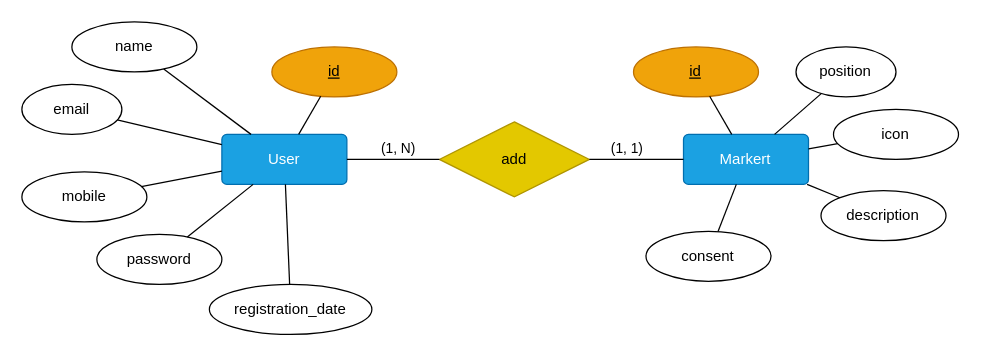
This is db/DB_ER.drawio from CampominosiMarco/Web-App-Real-Time-Disaster-Response, a draw.io file, before an edit. Source tidied: cells renumbered, new cells numbered last; positions are measured from the earlier drawing's top-left corner, leaving out a move shared by most shapes. Both pictures are drawn from the tidied source at 125%, with x=0, y=0 at pixel (21, 21).
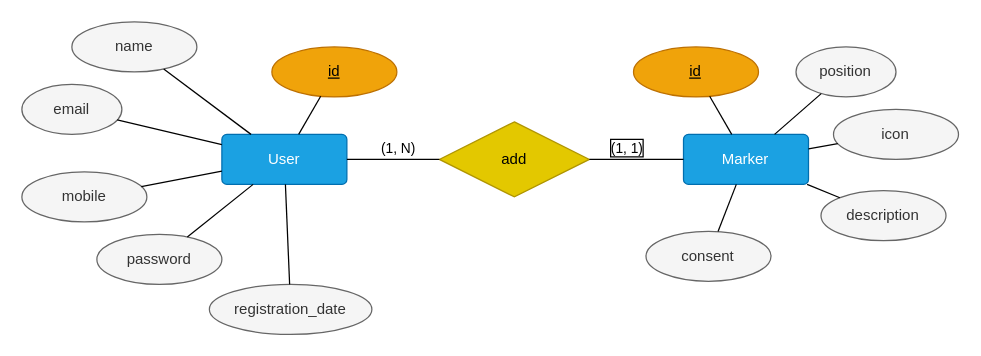
After the change.

The change refers to these unchanged cells:
```xml
<mxCell id="2" value="id" style="ellipse;whiteSpace=wrap;html=1;align=center;fontStyle=4;fillColor=#f0a30a;fontColor=#000000;strokeColor=#BD7000;" parent="1" vertex="1">
  <mxGeometry x="200" y="20" width="100" height="40" as="geometry" />
</mxCell>
<mxCell id="3" value="User" style="rounded=1;arcSize=10;whiteSpace=wrap;html=1;align=center;fillColor=#1ba1e2;fontColor=#ffffff;strokeColor=#006EAF;" parent="1" vertex="1">
  <mxGeometry x="160" y="90" width="100" height="40" as="geometry" />
</mxCell>
<mxCell id="15" value="id" style="ellipse;whiteSpace=wrap;html=1;align=center;fontStyle=4;fillColor=#f0a30a;fontColor=#000000;strokeColor=#BD7000;" parent="1" vertex="1">
  <mxGeometry x="489.3" y="20" width="100" height="40" as="geometry" />
</mxCell>
<mxCell id="24" value="add" style="shape=rhombus;perimeter=rhombusPerimeter;whiteSpace=wrap;html=1;align=center;fillColor=#e3c800;fontColor=#000000;strokeColor=#B09500;gradientColor=none;" parent="1" vertex="1">
  <mxGeometry x="334" y="80" width="120" height="60" as="geometry" />
</mxCell>
```

Change to the diagram source:
```diff
@@
-<mxGraphModel>
+<mxGraphModel background="#ffffff">
@@
-    <mxCell id="4" value="mobile" style="ellipse;whiteSpace=wrap;html=1;align=center;" parent="1" vertex="1">
+    <mxCell id="4" value="mobile" style="ellipse;whiteSpace=wrap;html=1;align=center;fillColor=#f5f5f5;fontColor=#333333;strokeColor=#666666;" parent="1" vertex="1">
       <mxGeometry y="120" width="100" height="40" as="geometry" />
     </mxCell>
-    <mxCell id="5" value="password" style="ellipse;whiteSpace=wrap;html=1;align=center;" parent="1" vertex="1">
+    <mxCell id="5" value="password" style="ellipse;whiteSpace=wrap;html=1;align=center;fillColor=#f5f5f5;fontColor=#333333;strokeColor=#666666;" parent="1" vertex="1">
       <mxGeometry x="60" y="170" width="100" height="40" as="geometry" />
     </mxCell>
-    <mxCell id="6" value="email" style="ellipse;whiteSpace=wrap;html=1;align=center;" parent="1" vertex="1">
+    <mxCell id="6" value="email" style="ellipse;whiteSpace=wrap;html=1;align=center;fillColor=#f5f5f5;fontColor=#333333;strokeColor=#666666;" parent="1" vertex="1">
       <mxGeometry y="50" width="80" height="40" as="geometry" />
     </mxCell>
-    <mxCell id="7" value="name" style="ellipse;whiteSpace=wrap;html=1;align=center;" parent="1" vertex="1">
+    <mxCell id="7" value="name" style="ellipse;whiteSpace=wrap;html=1;align=center;fillColor=#f5f5f5;fontColor=#333333;strokeColor=#666666;" parent="1" vertex="1">
       <mxGeometry x="40" width="100" height="40" as="geometry" />
     </mxCell>
-    <mxCell id="8" style="endArrow=none;html=1;rounded=0;" parent="1" edge="1" source="6" target="3">
+    <mxCell id="8" style="endArrow=none;html=1;rounded=0;strokeColor=#000000;" parent="1" edge="1" source="6" target="3">
       <mxGeometry relative="1" as="geometry" />
     </mxCell>
-    <mxCell id="9" style="endArrow=none;html=1;rounded=0;" parent="1" edge="1" source="7" target="3">
+    <mxCell id="9" style="endArrow=none;html=1;rounded=0;strokeColor=#000000;" parent="1" edge="1" source="7" target="3">
       <mxGeometry relative="1" as="geometry" />
     </mxCell>
-    <mxCell id="10" style="endArrow=none;html=1;rounded=0;" parent="1" edge="1" source="4" target="3">
+    <mxCell id="10" style="endArrow=none;html=1;rounded=0;strokeColor=#000000;" parent="1" edge="1" source="4" target="3">
       <mxGeometry relative="1" as="geometry" />
     </mxCell>
-    <mxCell id="11" style="endArrow=none;html=1;rounded=0;" parent="1" edge="1" source="5" target="3">
+    <mxCell id="11" style="endArrow=none;html=1;rounded=0;strokeColor=#000000;" parent="1" edge="1" source="5" target="3">
       <mxGeometry relative="1" as="geometry" />
     </mxCell>
-    <mxCell id="12" style="endArrow=none;html=1;rounded=0;" parent="1" edge="1" source="2" target="3">
+    <mxCell id="12" style="endArrow=none;html=1;rounded=0;strokeColor=#000000;" parent="1" edge="1" source="2" target="3">
       <mxGeometry relative="1" as="geometry" />
     </mxCell>
-    <mxCell id="13" value="registration_date" style="ellipse;whiteSpace=wrap;html=1;align=center;" parent="1" vertex="1">
+    <mxCell id="13" value="registration_date" style="ellipse;whiteSpace=wrap;html=1;align=center;fillColor=#f5f5f5;fontColor=#333333;strokeColor=#666666;" parent="1" vertex="1">
       <mxGeometry x="150" y="210" width="130" height="40" as="geometry" />
     </mxCell>
-    <mxCell id="14" style="endArrow=none;html=1;rounded=0;" parent="1" edge="1" source="13" target="3">
+    <mxCell id="14" style="endArrow=none;html=1;rounded=0;strokeColor=#000000;" parent="1" edge="1" source="13" target="3">
       <mxGeometry relative="1" as="geometry" />
     </mxCell>
@@
-    <mxCell id="16" value="Markert" style="rounded=1;arcSize=10;whiteSpace=wrap;html=1;align=center;fillColor=#1ba1e2;fontColor=#ffffff;strokeColor=#006EAF;" parent="1" vertex="1">
+    <mxCell id="16" value="Marker" style="rounded=1;arcSize=10;whiteSpace=wrap;html=1;align=center;fillColor=#1ba1e2;fontColor=#ffffff;strokeColor=#006EAF;" parent="1" vertex="1">
       <mxGeometry x="529.3" y="90" width="100" height="40" as="geometry" />
     </mxCell>
-    <mxCell id="17" value="description" style="ellipse;whiteSpace=wrap;html=1;align=center;" parent="1" vertex="1">
+    <mxCell id="17" value="description" style="ellipse;whiteSpace=wrap;html=1;align=center;fillColor=#f5f5f5;fontColor=#333333;strokeColor=#666666;" parent="1" vertex="1">
       <mxGeometry x="639.3" y="135" width="100" height="40" as="geometry" />
     </mxCell>
-    <mxCell id="18" value="position" style="ellipse;whiteSpace=wrap;html=1;align=center;" parent="1" vertex="1">
+    <mxCell id="18" value="position" style="ellipse;whiteSpace=wrap;html=1;align=center;fillColor=#f5f5f5;fontColor=#333333;strokeColor=#666666;" parent="1" vertex="1">
       <mxGeometry x="619.3" y="20" width="80" height="40" as="geometry" />
     </mxCell>
-    <mxCell id="19" value="icon" style="ellipse;whiteSpace=wrap;html=1;align=center;" parent="1" vertex="1">
+    <mxCell id="19" value="icon" style="ellipse;whiteSpace=wrap;html=1;align=center;fillColor=#f5f5f5;fontColor=#333333;strokeColor=#666666;" parent="1" vertex="1">
       <mxGeometry x="649.3" y="70" width="100" height="40" as="geometry" />
     </mxCell>
-    <mxCell id="20" style="endArrow=none;html=1;rounded=0;" parent="1" edge="1" source="18" target="16">
+    <mxCell id="20" style="endArrow=none;html=1;rounded=0;strokeColor=#000000;" parent="1" edge="1" source="18" target="16">
       <mxGeometry relative="1" as="geometry" />
     </mxCell>
-    <mxCell id="21" style="endArrow=none;html=1;rounded=0;" parent="1" edge="1" source="19" target="16">
+    <mxCell id="21" style="endArrow=none;html=1;rounded=0;strokeColor=#000000;" parent="1" edge="1" source="19" target="16">
       <mxGeometry relative="1" as="geometry" />
     </mxCell>
-    <mxCell id="22" style="endArrow=none;html=1;rounded=0;" parent="1" edge="1" source="17" target="16">
+    <mxCell id="22" style="endArrow=none;html=1;rounded=0;strokeColor=#000000;" parent="1" edge="1" source="17" target="16">
       <mxGeometry relative="1" as="geometry" />
     </mxCell>
-    <mxCell id="23" style="endArrow=none;html=1;rounded=0;" parent="1" edge="1" source="15" target="16">
+    <mxCell id="23" style="endArrow=none;html=1;rounded=0;strokeColor=#000000;" parent="1" edge="1" source="15" target="16">
       <mxGeometry relative="1" as="geometry" />
     </mxCell>
@@
-    <mxCell id="25" style="endArrow=none;html=1;rounded=0;" parent="1" edge="1" source="3" target="24">
+    <mxCell id="25" style="endArrow=none;html=1;rounded=0;strokeColor=#000000;" parent="1" edge="1" source="3" target="24">
       <mxGeometry relative="1" as="geometry" />
     </mxCell>
-    <mxCell id="26" value="(1, N)" style="edgeLabel;html=1;align=center;verticalAlign=middle;" parent="25" vertex="1">
+    <mxCell id="26" value="(1, N)" style="edgeLabel;html=1;align=center;verticalAlign=middle;labelBackgroundColor=#FFFFFF;fontColor=#000000;" parent="25" vertex="1">
       <mxGeometry x="0.71" y="2" relative="1" as="geometry">
         <mxPoint x="-23" y="-8" as="offset" />
       </mxGeometry>
     </mxCell>
-    <mxCell id="27" style="endArrow=none;html=1;rounded=0;" parent="1" edge="1" source="24" target="16">
+    <mxCell id="27" style="endArrow=none;html=1;rounded=0;strokeColor=#000000;" parent="1" edge="1" source="24" target="16">
       <mxGeometry relative="1" as="geometry" />
     </mxCell>
-    <mxCell id="28" value="(1, 1)" style="edgeLabel;html=1;align=center;verticalAlign=middle;" parent="27" vertex="1">
+    <mxCell id="28" value="(1, 1)" style="edgeLabel;html=1;align=center;verticalAlign=middle;labelBackgroundColor=#FFFFFF;fontColor=#000000;labelBorderColor=default;" parent="27" vertex="1">
       <mxGeometry x="-0.24" y="2" relative="1" as="geometry">
         <mxPoint y="-8" as="offset" />
       </mxGeometry>
     </mxCell>
-    <mxCell id="29" value="consent" style="ellipse;whiteSpace=wrap;html=1;align=center;" parent="1" vertex="1">
+    <mxCell id="29" value="consent" style="ellipse;whiteSpace=wrap;html=1;align=center;fillColor=#f5f5f5;fontColor=#333333;strokeColor=#666666;" parent="1" vertex="1">
       <mxGeometry x="499.3" y="167.5" width="100" height="40" as="geometry" />
     </mxCell>
-    <mxCell id="30" style="endArrow=none;html=1;rounded=0;" parent="1" edge="1" source="29" target="16">
+    <mxCell id="30" style="endArrow=none;html=1;rounded=0;strokeColor=#000000;" parent="1" edge="1" source="29" target="16">
       <mxGeometry relative="1" as="geometry" />
     </mxCell>
```
